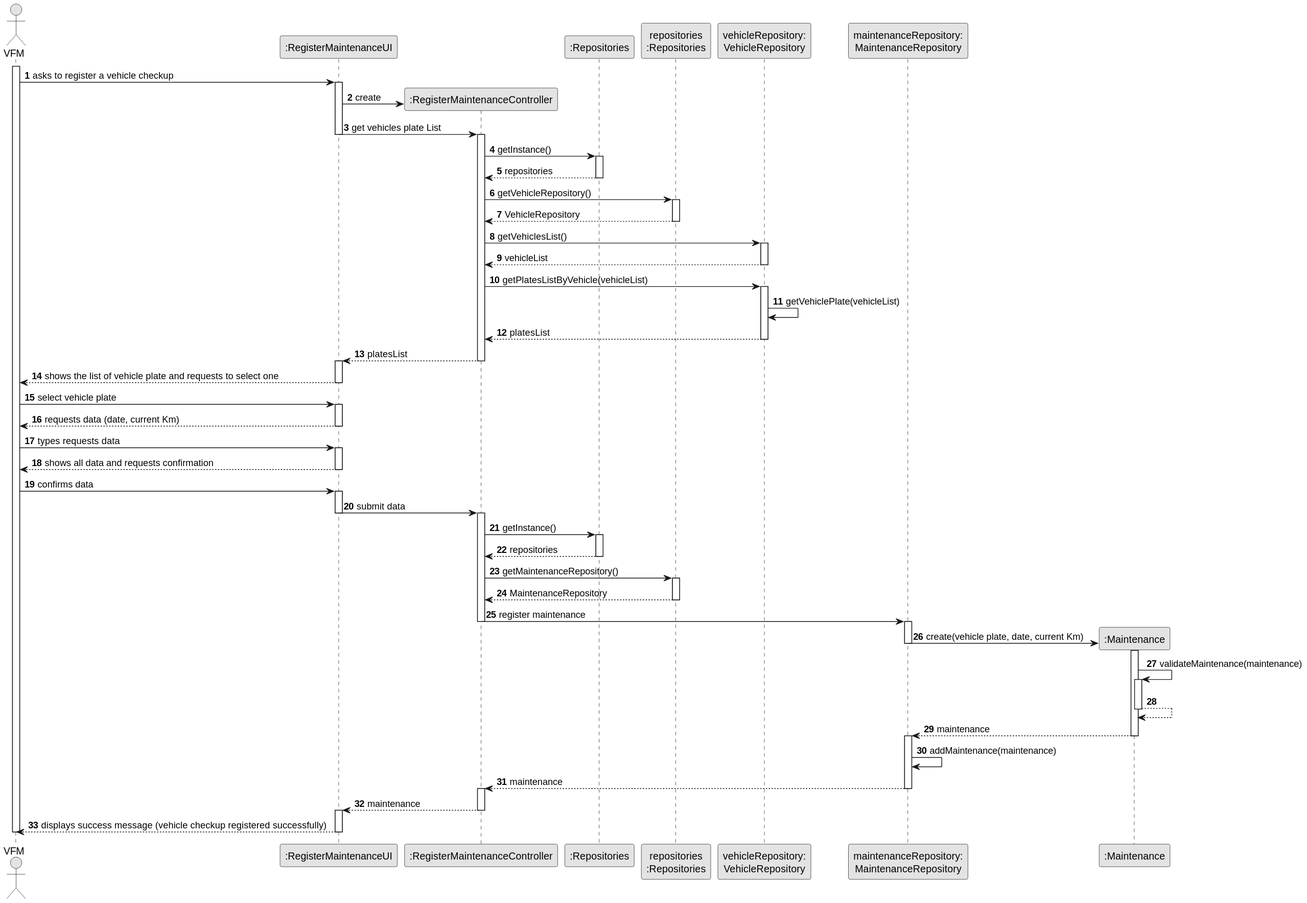
This is docs/sprintB/us007/03.design/svg/us007-sequence-diagram-full.svg from ricardomm7/leaflink, a PlantUML export, as it was before one commit.
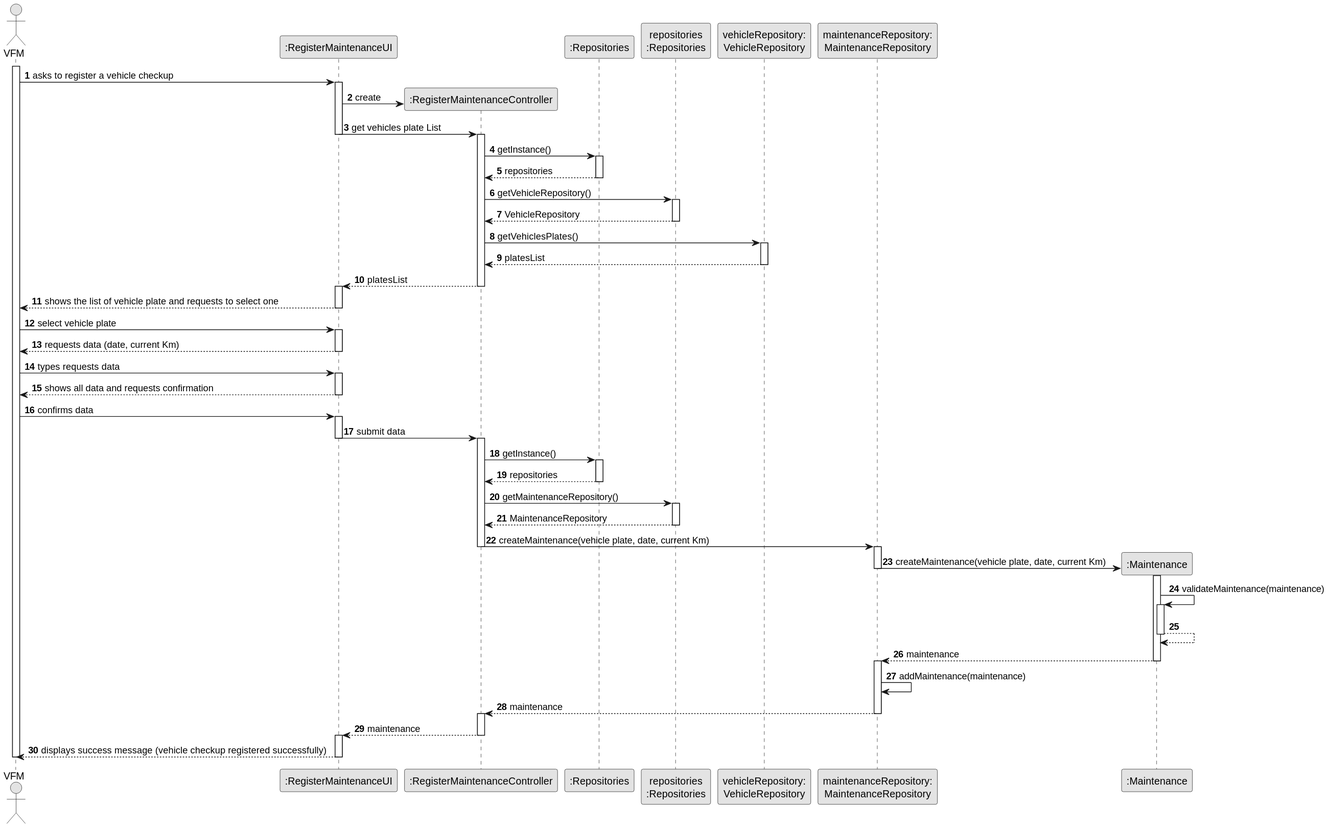
The same diagram one commit later.

What changed in the source:
```diff
@@ -39,18 +39,12 @@
                 PLAT --> CTRL: VehicleRepository
             deactivate PLAT
 
-            CTRL -> VehicleRepository : getVehiclesList()
+            CTRL -> VehicleRepository : getVehiclesPlates()
             activate VehicleRepository
 
-                VehicleRepository --> CTRL : vehicleList
+                VehicleRepository --> CTRL : platesList
             deactivate VehicleRepository
 
-            CTRL -> VehicleRepository : getPlatesListByVehicle(vehicleList)
-            activate VehicleRepository
-
-            VehicleRepository -> VehicleRepository: getVehiclePlate(vehicleList)
-
-            VehicleRepository --> CTRL: platesList
             deactivate VehicleRepository
 
 
@@ -94,11 +88,11 @@
             PLAT --> CTRL : MaintenanceRepository
             deactivate PLAT
 
-            CTRL -> MaintenanceRepository : register maintenance
+            CTRL -> MaintenanceRepository : createMaintenance(vehicle plate, date, current Km)
                         deactivate CTRL
             activate MaintenanceRepository
 
-            MaintenanceRepository -> Maintenance** : create(vehicle plate, date, current Km)
+            MaintenanceRepository -> Maintenance** : createMaintenance(vehicle plate, date, current Km)
             deactivate MaintenanceRepository
             activate Maintenance
 
```
